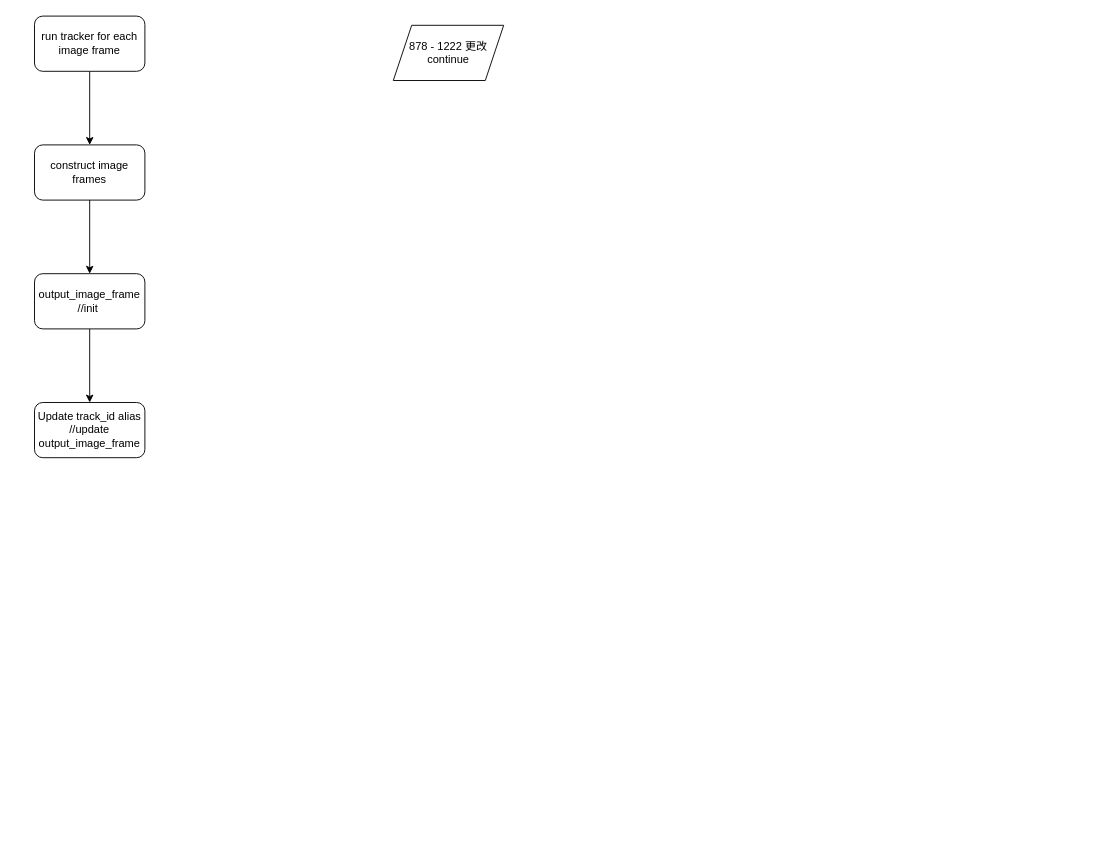
Earlier version of the draw.io diagram deepsort_tracker.drawio (YueChuCheng/Wayside_draw). Source tidied: cells renumbered, new cells numbered last; positions are measured from the earlier drawing's top-left corner, leaving out a move shared by most shapes. Both pictures are drawn from the tidied source at 92%, with x=0, y=0 at pixel (34, 16).
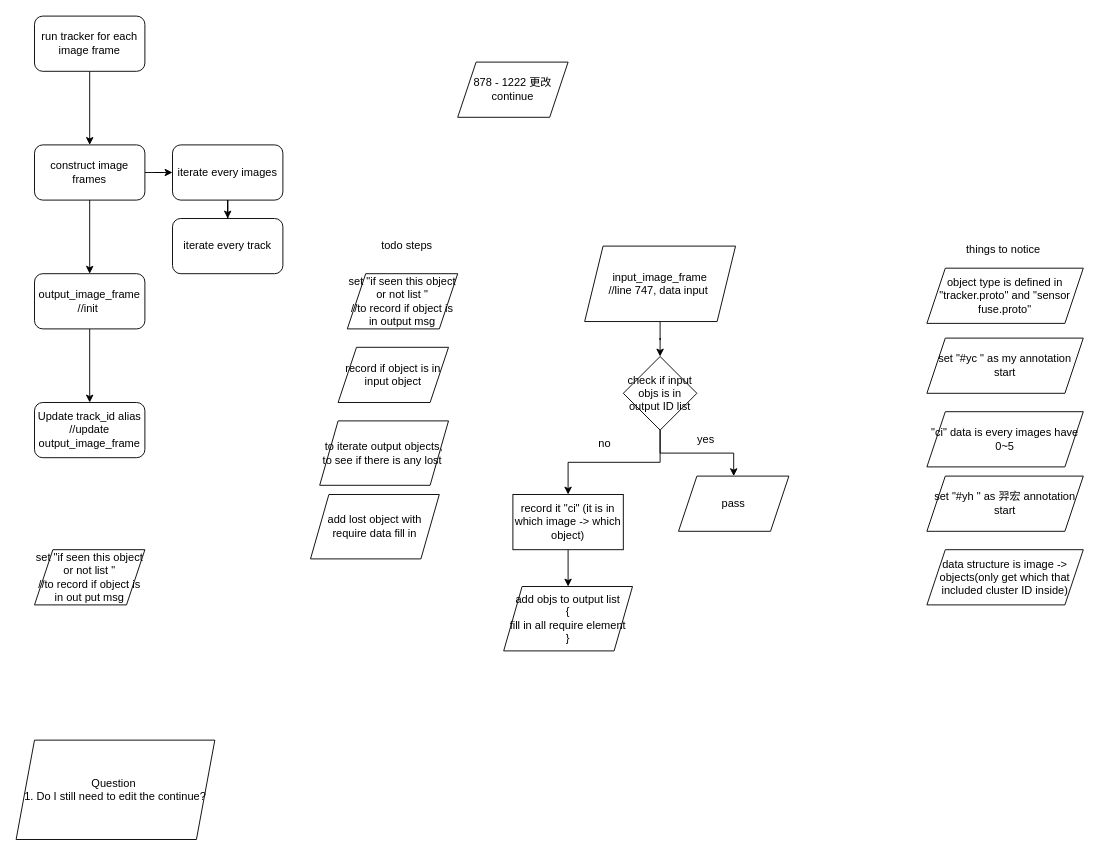
The same diagram, later.

Unchanged cells that the change refers to:
```xml
<mxCell id="5" value="construct image frames" style="whiteSpace=wrap;html=1;rounded=1;" parent="1" vertex="1">
  <mxGeometry y="140" width="120" height="60" as="geometry" />
</mxCell>
```

What changed in the source:
```diff
@@
+    <mxCell id="10" style="edgeStyle=orthogonalEdgeStyle;rounded=0;jettySize=auto;html=1;" parent="1" edge="1" source="5" target="32">
+      <mxGeometry relative="1" as="geometry" />
+    </mxCell>
@@
     <mxCell id="8" value="878 - 1222 更改continue" style="shape=parallelogram;perimeter=parallelogramPerimeter;whiteSpace=wrap;html=1;fixedSize=1;" parent="1" vertex="1">
-      <mxGeometry x="390" y="10" width="120" height="60" as="geometry" />
+      <mxGeometry x="460" y="50" width="120" height="60" as="geometry" />
     </mxCell>
@@
+    <mxCell id="11" style="edgeStyle=orthogonalEdgeStyle;rounded=0;jettySize=auto;html=1;entryX=0.5;entryY=0;entryDx=0;entryDy=0;" parent="1" edge="1" source="12" target="17">
+      <mxGeometry relative="1" as="geometry" />
+    </mxCell>
+    <mxCell id="12" value="input_image_frame&lt;br&gt;//line 747, data input&amp;nbsp;" style="shape=parallelogram;perimeter=parallelogramPerimeter;whiteSpace=wrap;html=1;fixedSize=1;" parent="1" vertex="1">
+      <mxGeometry x="598" y="250" width="164" height="82" as="geometry" />
+    </mxCell>
+    <mxCell id="13" value="object type is defined in &quot;tracker.proto&quot; and &quot;sensor fuse.proto&quot;" style="shape=parallelogram;perimeter=parallelogramPerimeter;whiteSpace=wrap;html=1;fixedSize=1;" parent="1" vertex="1">
+      <mxGeometry x="970" y="274" width="170" height="60" as="geometry" />
+    </mxCell>
+    <mxCell id="14" value="record if object is in input object" style="shape=parallelogram;perimeter=parallelogramPerimeter;whiteSpace=wrap;html=1;fixedSize=1;" parent="1" vertex="1">
+      <mxGeometry x="330" y="360" width="120" height="60" as="geometry" />
+    </mxCell>
+    <mxCell id="15" style="edgeStyle=orthogonalEdgeStyle;rounded=0;jettySize=auto;html=1;exitX=0.5;exitY=1;exitDx=0;exitDy=0;entryX=0.5;entryY=0;entryDx=0;entryDy=0;" parent="1" edge="1" source="17" target="18">
+      <mxGeometry relative="1" as="geometry" />
+    </mxCell>
+    <mxCell id="16" style="edgeStyle=orthogonalEdgeStyle;rounded=0;jettySize=auto;html=1;entryX=0.5;entryY=0;entryDx=0;entryDy=0;" parent="1" edge="1" source="17" target="25">
+      <mxGeometry relative="1" as="geometry" />
+    </mxCell>
+    <mxCell id="17" value="&lt;span&gt;check if input objs is in output ID list&lt;/span&gt;" style="rhombus;whiteSpace=wrap;html=1;" parent="1" vertex="1">
+      <mxGeometry x="640" y="370" width="80" height="80" as="geometry" />
+    </mxCell>
+    <mxCell id="18" value="pass" style="shape=parallelogram;perimeter=parallelogramPerimeter;whiteSpace=wrap;html=1;fixedSize=1;" parent="1" vertex="1">
+      <mxGeometry x="700" y="500" width="120" height="60" as="geometry" />
+    </mxCell>
+    <mxCell id="19" value="yes" style="text;html=1;strokeColor=none;fillColor=none;align=center;verticalAlign=middle;whiteSpace=wrap;rounded=0;" parent="1" vertex="1">
+      <mxGeometry x="710" y="450" width="40" height="20" as="geometry" />
+    </mxCell>
+    <mxCell id="20" value="add objs to output list&lt;br&gt;{&lt;br&gt;fill in all require element&lt;br&gt;}" style="shape=parallelogram;perimeter=parallelogramPerimeter;whiteSpace=wrap;html=1;fixedSize=1;" parent="1" vertex="1">
+      <mxGeometry x="510" y="620" width="140" height="70" as="geometry" />
+    </mxCell>
+    <mxCell id="21" value="set &quot;if seen this object or not list &quot;&lt;br&gt;//to record if object is in output msg" style="shape=parallelogram;perimeter=parallelogramPerimeter;whiteSpace=wrap;html=1;fixedSize=1;" parent="1" vertex="1">
+      <mxGeometry x="340" y="280" width="120" height="60" as="geometry" />
+    </mxCell>
+    <mxCell id="22" value="set &quot;if seen this object or not list &quot;&lt;br&gt;//to record if object is in out put msg" style="shape=parallelogram;perimeter=parallelogramPerimeter;whiteSpace=wrap;html=1;fixedSize=1;" parent="1" vertex="1">
+      <mxGeometry y="580" width="120" height="60" as="geometry" />
+    </mxCell>
+    <mxCell id="23" value="no&lt;br&gt;" style="text;html=1;strokeColor=none;fillColor=none;align=center;verticalAlign=middle;whiteSpace=wrap;rounded=0;" parent="1" vertex="1">
+      <mxGeometry x="600" y="455" width="40" height="20" as="geometry" />
+    </mxCell>
+    <mxCell id="24" style="edgeStyle=orthogonalEdgeStyle;rounded=0;jettySize=auto;html=1;" parent="1" edge="1" source="25" target="20">
+      <mxGeometry relative="1" as="geometry" />
+    </mxCell>
+    <mxCell id="25" value="record it &quot;ci&quot; (it is in which image -&amp;gt; which object)" style="whiteSpace=wrap;html=1;" parent="1" vertex="1">
+      <mxGeometry x="520" y="520" width="120" height="60" as="geometry" />
+    </mxCell>
+    <mxCell id="26" value="todo steps" style="text;html=1;strokeColor=none;fillColor=none;align=center;verticalAlign=middle;whiteSpace=wrap;rounded=0;" parent="1" vertex="1">
+      <mxGeometry x="370" y="240" width="70" height="20" as="geometry" />
+    </mxCell>
+    <mxCell id="27" value="to iterate output objects, to see if there is any lost&amp;nbsp;" style="shape=parallelogram;perimeter=parallelogramPerimeter;whiteSpace=wrap;html=1;fixedSize=1;" parent="1" vertex="1">
+      <mxGeometry x="310" y="440" width="140" height="70" as="geometry" />
+    </mxCell>
+    <mxCell id="28" value="add lost object with require data fill in" style="shape=parallelogram;perimeter=parallelogramPerimeter;whiteSpace=wrap;html=1;fixedSize=1;" parent="1" vertex="1">
+      <mxGeometry x="300" y="520" width="140" height="70" as="geometry" />
+    </mxCell>
+    <mxCell id="29" value="things to notice&amp;nbsp;" style="text;html=1;strokeColor=none;fillColor=none;align=center;verticalAlign=middle;whiteSpace=wrap;rounded=0;" parent="1" vertex="1">
+      <mxGeometry x="1010" y="244" width="90" height="20" as="geometry" />
+    </mxCell>
+    <mxCell id="30" value="set &quot;#yc &quot; as my&amp;nbsp;annotation start" style="shape=parallelogram;perimeter=parallelogramPerimeter;whiteSpace=wrap;html=1;fixedSize=1;" parent="1" vertex="1">
+      <mxGeometry x="970" y="350" width="170" height="60" as="geometry" />
+    </mxCell>
+    <mxCell id="31" style="edgeStyle=orthogonalEdgeStyle;rounded=0;jettySize=auto;html=1;" parent="1" edge="1" source="32" target="33">
+      <mxGeometry relative="1" as="geometry" />
+    </mxCell>
+    <mxCell id="32" value="iterate every images" style="whiteSpace=wrap;html=1;rounded=1;" parent="1" vertex="1">
+      <mxGeometry x="150" y="140" width="120" height="60" as="geometry" />
+    </mxCell>
+    <mxCell id="33" value="iterate every track" style="whiteSpace=wrap;html=1;rounded=1;" parent="1" vertex="1">
+      <mxGeometry x="150" y="220" width="120" height="60" as="geometry" />
+    </mxCell>
+    <mxCell id="34" value="&quot;ci&quot; data is every images have 0~5" style="shape=parallelogram;perimeter=parallelogramPerimeter;whiteSpace=wrap;html=1;fixedSize=1;" parent="1" vertex="1">
+      <mxGeometry x="970" y="430" width="170" height="60" as="geometry" />
+    </mxCell>
+    <mxCell id="35" value="set &quot;#yh &quot; as 羿宏 annotation start" style="shape=parallelogram;perimeter=parallelogramPerimeter;whiteSpace=wrap;html=1;fixedSize=1;" parent="1" vertex="1">
+      <mxGeometry x="970" y="500" width="170" height="60" as="geometry" />
+    </mxCell>
+    <mxCell id="36" value="data structure is image -&amp;gt; objects(only get which that included cluster ID inside)" style="shape=parallelogram;perimeter=parallelogramPerimeter;whiteSpace=wrap;html=1;fixedSize=1;" parent="1" vertex="1">
+      <mxGeometry x="970" y="580" width="170" height="60" as="geometry" />
+    </mxCell>
+    <mxCell id="37" value="Question&amp;nbsp;&lt;br&gt;1. Do I still need to edit the continue?" style="shape=parallelogram;perimeter=parallelogramPerimeter;whiteSpace=wrap;html=1;fixedSize=1;" parent="1" vertex="1">
+      <mxGeometry x="-20" y="787" width="216" height="108" as="geometry" />
+    </mxCell>
```
